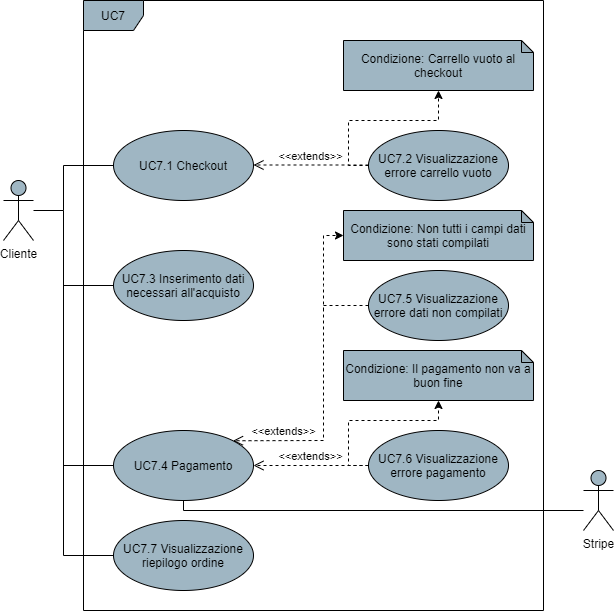
Before: DocumentazioneEsterna/AnalisiDeiRequisiti/res/UseCase/Immagini/AcquistoProdotti.png, a diagram exported from draw.io (Omicron-Team/Documentazione). Source tidied: cells renumbered, new cells last; positions are measured from the earlier drawing's top-left corner, leaving out a move shared by most shapes.
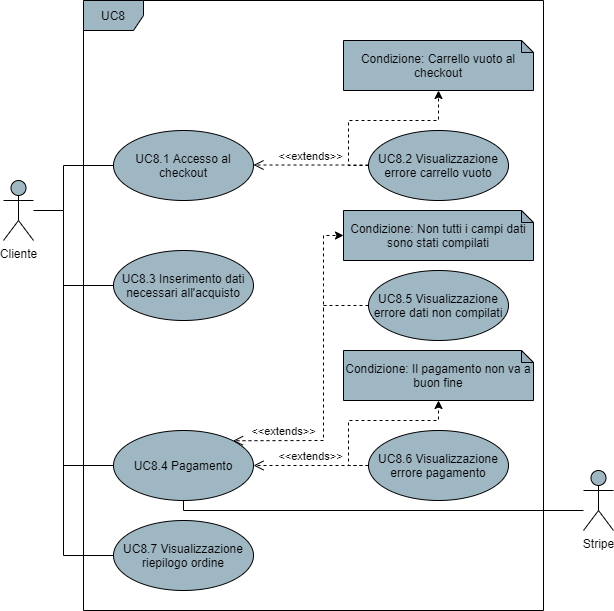
Later version of the same file.

Diff of the diagram source:
```diff
@@ -2,7 +2,7 @@
   <root>
     <mxCell id="0" />
     <mxCell id="1" parent="0" />
-    <mxCell id="2" value="UC7" style="shape=umlFrame;whiteSpace=wrap;html=1;fillColor=#9FB6C3;" parent="1" vertex="1">
+    <mxCell id="2" value="UC8" style="shape=umlFrame;whiteSpace=wrap;html=1;fillColor=#9FB6C3;" parent="1" vertex="1">
       <mxGeometry x="80" width="460" height="610" as="geometry" />
     </mxCell>
     <mxCell id="3" style="edgeStyle=orthogonalEdgeStyle;rounded=0;jettySize=auto;html=1;endArrow=none;endFill=0;entryX=0;entryY=0.5;entryDx=0;entryDy=0;" parent="1" edge="1" source="4" target="18">
@@ -19,7 +19,7 @@
     <mxCell id="5" value="Condizione: Il pagamento non va a buon fine" style="shape=note;whiteSpace=wrap;html=1;backgroundOutline=1;darkOpacity=0.05;fillColor=#9FB6C3;size=12;" parent="1" vertex="1">
       <mxGeometry x="340" y="350" width="190" height="50" as="geometry" />
     </mxCell>
-    <mxCell id="6" value="UC7.6 Visualizzazione errore pagamento" style="ellipse;whiteSpace=wrap;html=1;fillColor=#9FB6C3;" parent="1" vertex="1">
+    <mxCell id="6" value="UC8.6 Visualizzazione errore pagamento" style="ellipse;whiteSpace=wrap;html=1;fillColor=#9FB6C3;" parent="1" vertex="1">
       <mxGeometry x="365" y="430" width="140" height="70" as="geometry" />
     </mxCell>
     <mxCell id="7" style="edgeStyle=none;rounded=0;jettySize=auto;html=1;exitX=0;exitY=0.5;exitDx=0;exitDy=0;startArrow=none;startFill=0;endArrow=none;endFill=0;" parent="1" edge="1" source="8">
@@ -27,7 +27,7 @@
         <mxPoint x="60" y="285" as="targetPoint" />
       </mxGeometry>
     </mxCell>
-    <mxCell id="8" value="UC7.3 Inserimento dati necessari all'acquisto" style="ellipse;whiteSpace=wrap;html=1;fillColor=#9FB6C3;" parent="1" vertex="1">
+    <mxCell id="8" value="UC8.3 Inserimento dati necessari all'acquisto" style="ellipse;whiteSpace=wrap;html=1;fillColor=#9FB6C3;" parent="1" vertex="1">
       <mxGeometry x="110" y="250" width="140" height="70" as="geometry" />
     </mxCell>
     <mxCell id="9" style="edgeStyle=orthogonalEdgeStyle;rounded=0;jettySize=auto;html=1;exitX=0;exitY=0.5;exitDx=0;exitDy=0;startArrow=none;startFill=0;endArrow=none;endFill=0;" parent="1" edge="1" source="10">
@@ -38,7 +38,7 @@
         </Array>
       </mxGeometry>
     </mxCell>
-    <mxCell id="10" value="UC7.4 Pagamento" style="ellipse;whiteSpace=wrap;html=1;fillColor=#9FB6C3;" parent="1" vertex="1">
+    <mxCell id="10" value="UC8.4 Pagamento" style="ellipse;whiteSpace=wrap;html=1;fillColor=#9FB6C3;" parent="1" vertex="1">
       <mxGeometry x="110" y="430" width="140" height="70" as="geometry" />
     </mxCell>
     <mxCell id="11" value="&amp;lt;&amp;lt;extends&amp;gt;&amp;gt;" style="html=1;verticalAlign=bottom;endArrow=open;dashed=1;endSize=8;exitX=0;exitY=0.5;exitDx=0;exitDy=0;entryX=1;entryY=0.5;entryDx=0;entryDy=0;" parent="1" edge="1" source="6" target="10">
@@ -85,10 +85,10 @@
         </Array>
       </mxGeometry>
     </mxCell>
-    <mxCell id="18" value="UC7.1 Checkout" style="ellipse;whiteSpace=wrap;html=1;fillColor=#9FB6C3;" parent="1" vertex="1">
+    <mxCell id="18" value="UC8.1 Accesso al checkout" style="ellipse;whiteSpace=wrap;html=1;fillColor=#9FB6C3;" parent="1" vertex="1">
       <mxGeometry x="110" y="130" width="140" height="70" as="geometry" />
     </mxCell>
-    <mxCell id="19" value="UC7.2 Visualizzazione errore carrello vuoto" style="ellipse;whiteSpace=wrap;html=1;fillColor=#9FB6C3;" parent="1" vertex="1">
+    <mxCell id="19" value="UC8.2 Visualizzazione errore carrello vuoto" style="ellipse;whiteSpace=wrap;html=1;fillColor=#9FB6C3;" parent="1" vertex="1">
       <mxGeometry x="365" y="130" width="140" height="70" as="geometry" />
     </mxCell>
     <mxCell id="20" value="&amp;lt;&amp;lt;extends&amp;gt;&amp;gt;" style="html=1;verticalAlign=bottom;endArrow=open;dashed=1;endSize=8;entryX=1;entryY=0.5;entryDx=0;entryDy=0;" parent="1" edge="1">
@@ -100,7 +100,7 @@
     <mxCell id="21" value="Condizione: Non tutti i campi dati sono stati compilati" style="shape=note;whiteSpace=wrap;html=1;backgroundOutline=1;darkOpacity=0.05;fillColor=#9FB6C3;size=12;" parent="1" vertex="1">
       <mxGeometry x="340" y="210" width="190" height="50" as="geometry" />
     </mxCell>
-    <mxCell id="22" value="UC7.5 Visualizzazione errore dati non compilati" style="ellipse;whiteSpace=wrap;html=1;fillColor=#9FB6C3;" parent="1" vertex="1">
+    <mxCell id="22" value="UC8.5 Visualizzazione errore dati non compilati" style="ellipse;whiteSpace=wrap;html=1;fillColor=#9FB6C3;" parent="1" vertex="1">
       <mxGeometry x="365" y="270" width="140" height="70" as="geometry" />
     </mxCell>
     <mxCell id="23" style="edgeStyle=orthogonalEdgeStyle;rounded=0;jettySize=auto;html=1;dashed=1;entryX=0;entryY=0.5;entryDx=0;entryDy=0;entryPerimeter=0;" parent="1" edge="1" target="21">
@@ -112,7 +112,7 @@
         </Array>
       </mxGeometry>
     </mxCell>
-    <mxCell id="24" value="UC7.7 Visualizzazione riepilogo ordine" style="ellipse;whiteSpace=wrap;html=1;fillColor=#9FB6C3;" parent="1" vertex="1">
+    <mxCell id="24" value="UC8.7 Visualizzazione riepilogo ordine" style="ellipse;whiteSpace=wrap;html=1;fillColor=#9FB6C3;" parent="1" vertex="1">
       <mxGeometry x="110" y="520" width="140" height="70" as="geometry" />
     </mxCell>
     <mxCell id="25" style="endArrow=none;html=1;exitX=0;exitY=0.5;exitDx=0;exitDy=0;rounded=0;" parent="1" edge="1" source="24">
```
